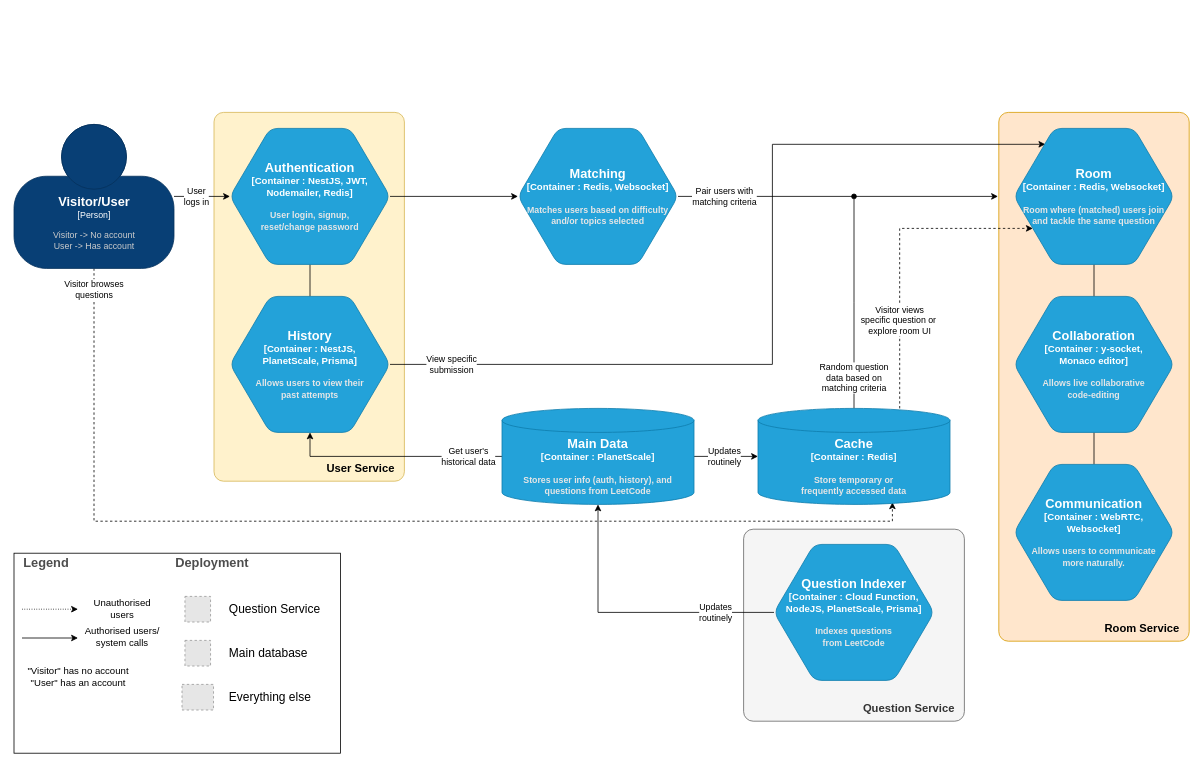
This is page "Page-2" (2 of 2) of docs/cs3219-g42-c4-diagram.drawio from CS3219-AY2223S1/cs3219-project-ay2223s1-g42, a draw.io file, before an edit. Source tidied: cells renumbered, new cells numbered last; positions are measured from the earlier drawing's top-left corner, leaving out a move shared by most shapes. Both pictures are drawn from the tidied source at 80%, with x=0, y=0 at pixel (14, 112). Pictures stored in the file or linked from it are replaced by grey dashed boxes.
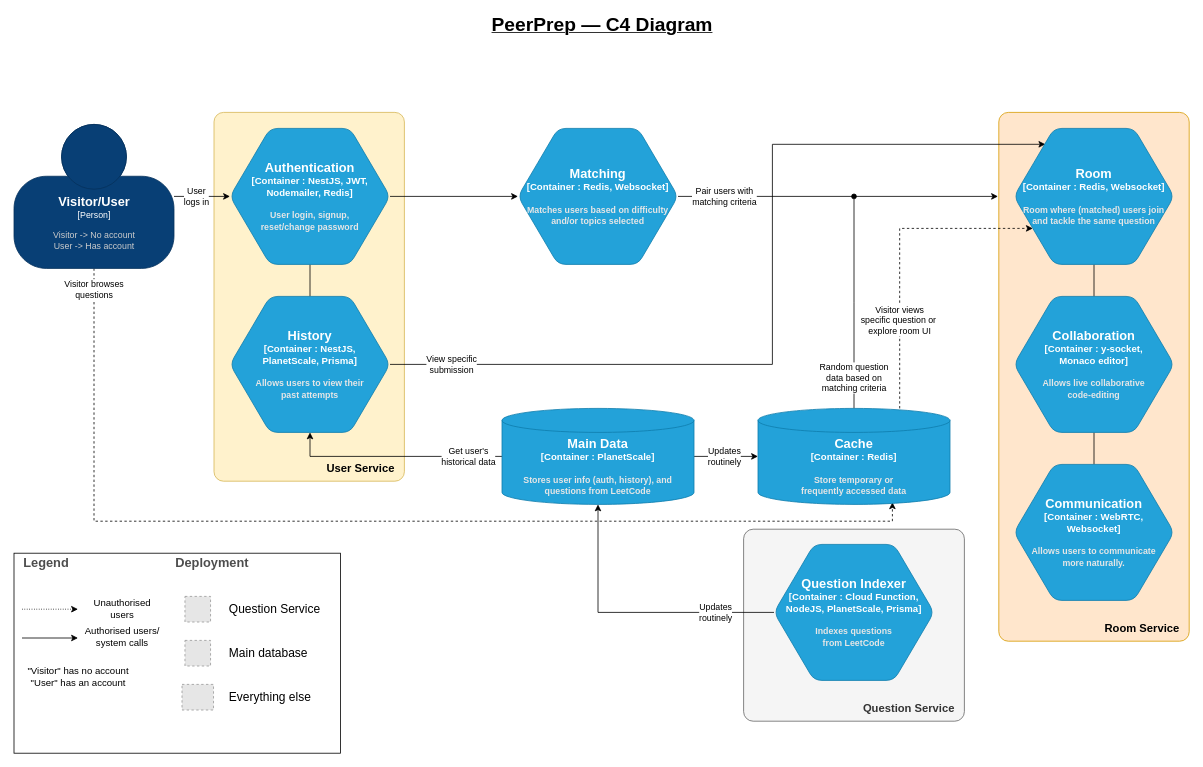
After the change.

What changed in the source:
```diff
@@
-<mxGraphModel>
+<mxGraphModel background="#FFFFFF">
@@
+    <mxCell id="42" value="&lt;b&gt;&lt;font style=&quot;font-size: 24px&quot;&gt;PeerPrep — C4 Diagram&lt;/font&gt;&lt;/b&gt;" style="text;html=1;align=center;verticalAlign=middle;strokeColor=none;fillColor=none;fontStyle=4;" parent="1" vertex="1">
+      <mxGeometry x="590" y="-119" width="290" height="20" as="geometry" />
+    </mxCell>
```
